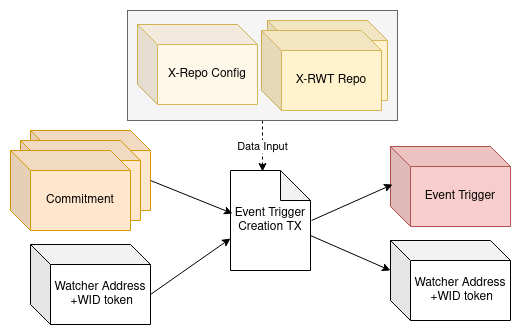
Earlier version of the draw.io export images/Event_Trigger_Creation.png (rosen-bridge/contract). Source tidied: cells renumbered, new cells last; positions are measured from the earlier drawing's top-left corner, leaving out a move shared by most shapes.
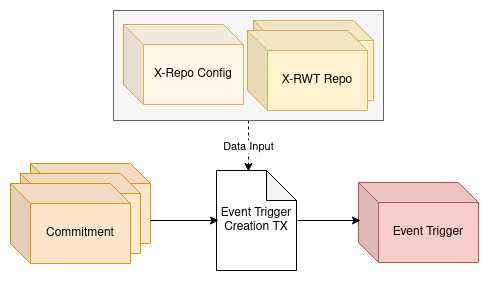
Above is the later version.

Commit message:
Add details to tests doc strings

Change to the diagram source:
```diff
@@ -3,38 +3,29 @@
     <mxCell id="0" />
     <mxCell id="1" parent="0" />
     <mxCell id="2" value="&lt;div&gt;Commitment&lt;/div&gt;" style="shape=cube;whiteSpace=wrap;html=1;boundedLbl=1;backgroundOutline=1;darkOpacity=0.05;darkOpacity2=0.1;fillColor=#ffe6cc;strokeColor=#d79b00;" parent="1" vertex="1">
-      <mxGeometry x="20" y="120" width="120" height="80" as="geometry" />
+      <mxGeometry x="34" y="153" width="120" height="80" as="geometry" />
     </mxCell>
     <mxCell id="3" value="&lt;div&gt;Commitment&lt;/div&gt;" style="shape=cube;whiteSpace=wrap;html=1;boundedLbl=1;backgroundOutline=1;darkOpacity=0.05;darkOpacity2=0.1;fillColor=#ffe6cc;strokeColor=#d79b00;" parent="1" vertex="1">
-      <mxGeometry x="10" y="130" width="120" height="80" as="geometry" />
+      <mxGeometry x="24" y="163" width="120" height="80" as="geometry" />
     </mxCell>
     <mxCell id="4" value="&lt;div&gt;Commitment&lt;/div&gt;" style="shape=cube;whiteSpace=wrap;html=1;boundedLbl=1;backgroundOutline=1;darkOpacity=0.05;darkOpacity2=0.1;fillColor=#ffe6cc;strokeColor=#d79b00;" parent="1" vertex="1">
-      <mxGeometry y="140" width="120" height="80" as="geometry" />
+      <mxGeometry x="14" y="173" width="120" height="80" as="geometry" />
     </mxCell>
-    <mxCell id="5" value="&lt;div&gt;Watcher Address&lt;br&gt;&lt;/div&gt;&lt;div&gt;&amp;nbsp;+WID token&lt;br&gt;&lt;/div&gt;" style="shape=cube;whiteSpace=wrap;html=1;boundedLbl=1;backgroundOutline=1;darkOpacity=0.05;darkOpacity2=0.1;" parent="1" vertex="1">
-      <mxGeometry x="20" y="234" width="120" height="80" as="geometry" />
-    </mxCell>
     <mxCell id="6" value="&lt;div&gt;Event Trigger&lt;br&gt;&lt;/div&gt;" style="shape=cube;whiteSpace=wrap;html=1;boundedLbl=1;backgroundOutline=1;darkOpacity=0.05;darkOpacity2=0.1;fillColor=#f8cecc;strokeColor=#b85450;" parent="1" vertex="1">
-      <mxGeometry x="380" y="136" width="120" height="80" as="geometry" />
+      <mxGeometry x="362" y="172" width="120" height="80" as="geometry" />
     </mxCell>
-    <mxCell id="7" value="&lt;div&gt;Watcher Address&lt;br&gt;&lt;/div&gt;&lt;div&gt;&amp;nbsp;+WID token&lt;/div&gt;" style="shape=cube;whiteSpace=wrap;html=1;boundedLbl=1;backgroundOutline=1;darkOpacity=0.05;darkOpacity2=0.1;" parent="1" vertex="1">
-      <mxGeometry x="380" y="230" width="120" height="80" as="geometry" />
-    </mxCell>
     <mxCell id="8" value="Event Trigger Creation TX" style="shape=note;whiteSpace=wrap;html=1;backgroundOutline=1;darkOpacity=0.05;" parent="1" vertex="1">
       <mxGeometry x="220" y="160" width="80" height="100" as="geometry" />
     </mxCell>
     <mxCell id="9" style="endArrow=classic;html=1;rounded=0;exitX=1.013;exitY=0.5;exitDx=0;exitDy=0;exitPerimeter=0;entryX=0.017;entryY=0.475;entryDx=0;entryDy=0;entryPerimeter=0;" parent="1" edge="1" source="8" target="6">
       <mxGeometry relative="1" as="geometry" />
     </mxCell>
-    <mxCell id="10" style="endArrow=classic;html=1;rounded=0;exitX=0;exitY=0;exitDx=80;exitDy=65;exitPerimeter=0;entryX=0;entryY=0;entryDx=0;entryDy=30;entryPerimeter=0;" parent="1" edge="1" source="8" target="7">
-      <mxGeometry relative="1" as="geometry" />
-    </mxCell>
-    <mxCell id="11" style="endArrow=classic;html=1;rounded=0;exitX=0;exitY=0;exitDx=120;exitDy=50;exitPerimeter=0;entryX=0.025;entryY=0.43;entryDx=0;entryDy=0;entryPerimeter=0;" parent="1" edge="1" source="2" target="8">
-      <mxGeometry relative="1" as="geometry" />
+    <mxCell id="11" style="endArrow=classic;html=1;rounded=0;exitX=0;exitY=0;exitDx=120;exitDy=50;exitPerimeter=0;entryX=0.025;entryY=0.43;entryDx=0;entryDy=0;entryPerimeter=0;" parent="1" edge="1">
+      <mxGeometry relative="1" as="geometry">
+        <mxPoint x="154" y="210" as="sourcePoint" />
+        <mxPoint x="222" y="210" as="targetPoint" />
+      </mxGeometry>
     </mxCell>
-    <mxCell id="12" style="endArrow=classic;html=1;rounded=0;exitX=0;exitY=0;exitDx=120;exitDy=50;exitPerimeter=0;entryX=0;entryY=0.68;entryDx=0;entryDy=0;entryPerimeter=0;" parent="1" edge="1" source="5" target="8">
-      <mxGeometry relative="1" as="geometry" />
-    </mxCell>
     <mxCell id="13" value="Data Input" style="endArrow=classic;html=1;rounded=0;exitX=0.5;exitY=1;exitDx=0;exitDy=0;entryX=0.4;entryY=0.01;entryDx=0;entryDy=0;entryPerimeter=0;dashed=1;" parent="1" edge="1" source="15" target="8">
       <mxGeometry relative="1" as="geometry" />
     </mxCell>
```
